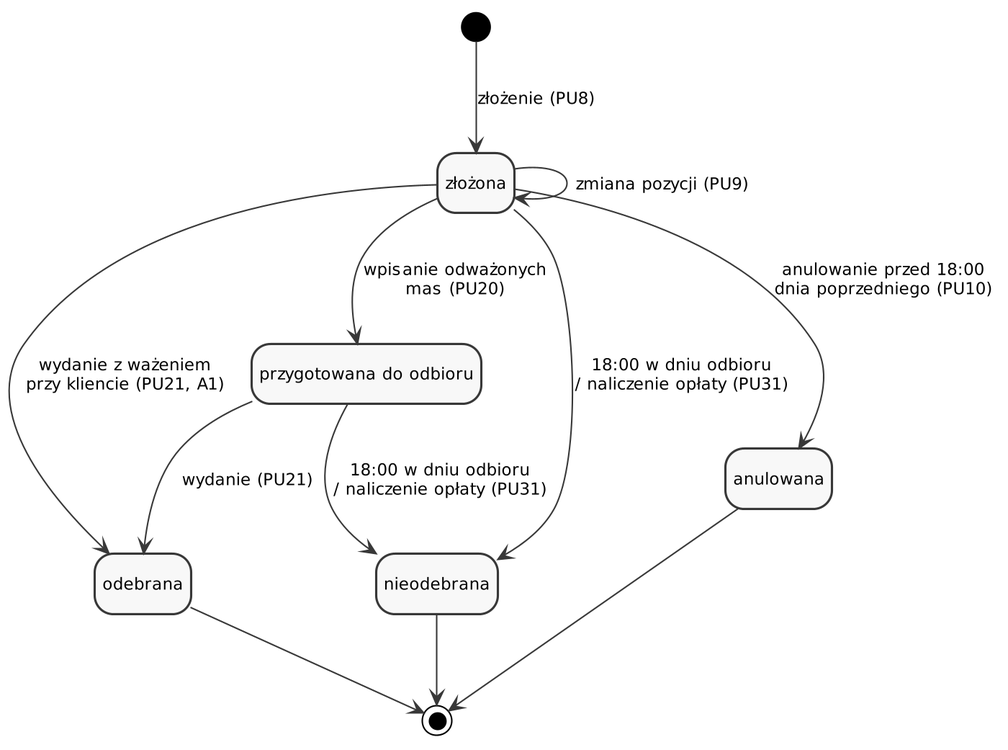
Kariseks/internetowe_bazy_danych keeps this PlantUML diagram as dokumentacja/rysunki/diagramy/stany-rezerwacja.png. Above is the earlier version. Its source is kept beside it as dokumentacja/rysunki/diagramy/src/stany-rezerwacja.puml.
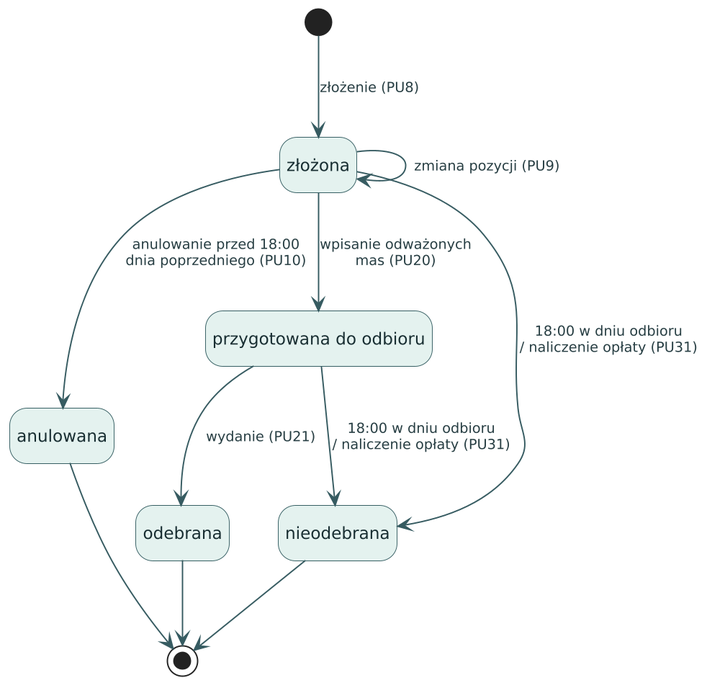
The same diagram one commit later.

Diff of the diagram source:
```diff
@@ -1,9 +1,5 @@
 @startuml stany-rezerwacja
-skinparam monochrome true
-skinparam shadowing false
-skinparam dpi 200
-skinparam defaultFontName DejaVu Sans
-skinparam defaultFontSize 11
+!include styl.iuml
 hide empty description
 
 state "złożona" as Zlozona
@@ -16,7 +12,6 @@
 Zlozona --> Zlozona : zmiana pozycji (PU9)
 Zlozona --> Anulowana : anulowanie przed 18:00\ndnia poprzedniego (PU10)
 Zlozona --> Przygotowana : wpisanie odważonych\nmas (PU20)
-Zlozona --> Odebrana : wydanie z ważeniem\nprzy kliencie (PU21, A1)
 Zlozona --> Nieodebrana : 18:00 w dniu odbioru\n/ naliczenie opłaty (PU31)
 Przygotowana --> Odebrana : wydanie (PU21)
 Przygotowana --> Nieodebrana : 18:00 w dniu odbioru\n/ naliczenie opłaty (PU31)
```
